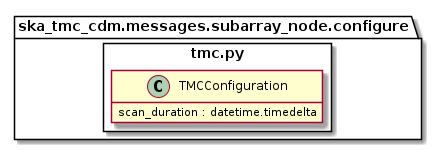
This is docs/src/developer/subarraynode/tmc.png from ska-telescope/cdm-shared-library, a PlantUML export, as it was before one commit.
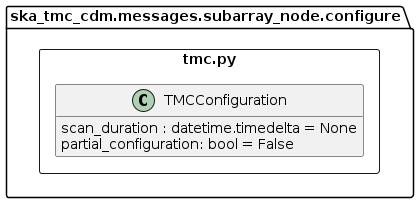
The same file after the commit.

Commit message:
BTN-2053: Updates PUML class diagrams

What changed in the source:
```diff
@@ -2,13 +2,16 @@
 hide empty members
 
 package ska_tmc_cdm.messages.subarray_node.configure {
-    package tmc.py <<Rectangle>> {
+	package tmc.py <<Rectangle>> {
 
-        class TMCConfiguration {
-            scan_duration : datetime.timedelta
-        }
+		class TMCConfiguration {
+			scan_duration : datetime.timedelta = None
+			partial_configuration: bool = False
 
-    }
+
+		}
+
+	}
 }
 
 @enduml
```
